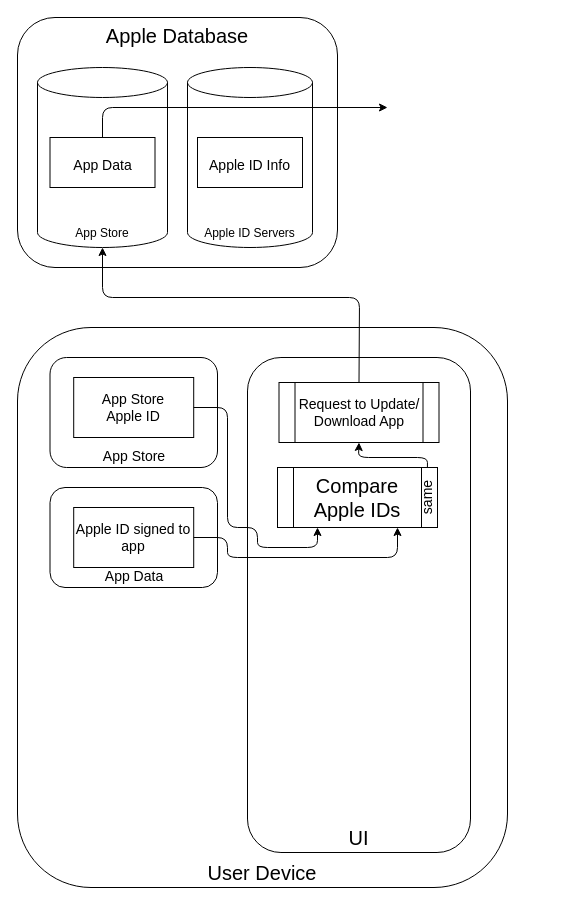
This is charts/IOSAppLicensing.drawio from Marcus5408/draw.io-charts, a draw.io file, before an edit. Source tidied: cells renumbered, new cells numbered last; positions are measured from the earlier drawing's top-left corner, leaving out a move shared by most shapes. Both pictures are drawn from the tidied source at 100%, with x=0, y=0 at pixel (17, 17).
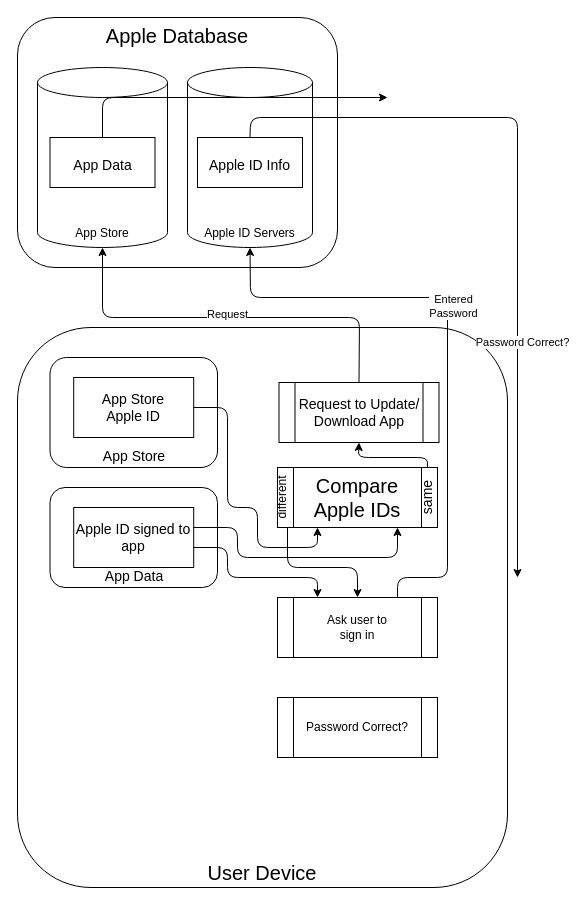
After the change.

The change refers to these unchanged cells:
```xml
<mxCell id="7" value="Apple ID Servers" style="shape=cylinder3;whiteSpace=wrap;html=1;boundedLbl=1;backgroundOutline=1;size=15;labelPosition=center;verticalLabelPosition=middle;align=center;verticalAlign=bottom;" parent="1" vertex="1">
  <mxGeometry x="170" y="50" width="125" height="180" as="geometry" />
</mxCell>
<mxCell id="8" value="App Store" style="shape=cylinder3;whiteSpace=wrap;html=1;boundedLbl=1;backgroundOutline=1;size=15;labelPosition=center;verticalLabelPosition=middle;align=center;verticalAlign=bottom;" parent="1" vertex="1">
  <mxGeometry x="20" y="50" width="130" height="180" as="geometry" />
</mxCell>
<mxCell id="9" value="&lt;font style=&quot;font-size: 14px&quot;&gt;App Data&lt;/font&gt;" style="rounded=0;whiteSpace=wrap;html=1;fontSize=20;" parent="1" vertex="1">
  <mxGeometry x="32.5" y="120" width="105" height="50" as="geometry" />
</mxCell>
<mxCell id="10" value="&lt;font style=&quot;font-size: 14px&quot;&gt;Apple ID Info&lt;/font&gt;" style="rounded=0;whiteSpace=wrap;html=1;fontSize=20;" parent="1" vertex="1">
  <mxGeometry x="180" y="120" width="105" height="50" as="geometry" />
</mxCell>
<mxCell id="11" value="Request to Update/ Download App" style="shape=process;whiteSpace=wrap;html=1;backgroundOutline=1;fontSize=14;" parent="1" vertex="1">
  <mxGeometry x="261.5" y="365" width="160" height="60" as="geometry" />
</mxCell>
<mxCell id="13" value="Compare Apple IDs" style="shape=process;whiteSpace=wrap;html=1;backgroundOutline=1;fontSize=20;" parent="1" vertex="1">
  <mxGeometry x="260" y="450" width="160" height="60" as="geometry" />
</mxCell>
<mxCell id="14" value="Apple ID signed to app" style="rounded=0;whiteSpace=wrap;html=1;fontSize=14;" parent="1" vertex="1">
  <mxGeometry x="56.2" y="490" width="120" height="60" as="geometry" />
</mxCell>
<mxCell id="15" value="App Store&lt;br&gt;Apple ID" style="rounded=0;whiteSpace=wrap;html=1;fontSize=14;" parent="1" vertex="1">
  <mxGeometry x="56.2" y="360" width="120" height="60" as="geometry" />
</mxCell>
```

What changed in the source:
```diff
@@
-    <mxCell id="5" value="UI" style="rounded=1;whiteSpace=wrap;html=1;fontSize=20;verticalAlign=bottom;" parent="1" vertex="1">
-      <mxGeometry x="230" y="340" width="223" height="495" as="geometry" />
-    </mxCell>
@@
     <mxCell id="12" style="endArrow=classic;html=1;fontSize=20;entryX=0.5;entryY=1;entryDx=0;entryDy=0;entryPerimeter=0;exitX=0.5;exitY=0;exitDx=0;exitDy=0;" parent="1" edge="1" source="11" target="8">
       <mxGeometry relative="1" as="geometry">
         <Array as="points">
-          <mxPoint x="342" y="280" />
-          <mxPoint x="85" y="280" />
+          <mxPoint x="342" y="300" />
+          <mxPoint x="85" y="300" />
         </Array>
       </mxGeometry>
     </mxCell>
+    <mxCell id="21" value="Request" style="edgeLabel;html=1;align=center;verticalAlign=middle;labelPosition=center;verticalLabelPosition=middle;" parent="12" vertex="1">
+      <mxGeometry x="0.01" y="-4" relative="1" as="geometry" />
+    </mxCell>
@@
     <mxCell id="16" style="endArrow=classic;html=1;fontSize=14;exitX=1;exitY=0.5;exitDx=0;exitDy=0;entryX=0.25;entryY=1;entryDx=0;entryDy=0;" parent="1" edge="1" source="15" target="13">
       <mxGeometry relative="1" as="geometry">
         <Array as="points">
           <mxPoint x="210" y="390" />
-          <mxPoint x="210" y="510" />
-          <mxPoint x="240" y="510" />
+          <mxPoint x="210" y="490" />
+          <mxPoint x="240" y="490" />
           <mxPoint x="240" y="530" />
           <mxPoint x="300" y="530" />
         </Array>
       </mxGeometry>
     </mxCell>
-    <mxCell id="17" style="endArrow=classic;html=1;fontSize=14;exitX=1;exitY=0.5;exitDx=0;exitDy=0;entryX=0.75;entryY=1;entryDx=0;entryDy=0;" parent="1" edge="1" source="14" target="13">
+    <mxCell id="17" style="endArrow=classic;html=1;fontSize=14;entryX=0.75;entryY=1;entryDx=0;entryDy=0;jumpSize=3;exitX=0.998;exitY=0.333;exitDx=0;exitDy=0;exitPerimeter=0;" parent="1" edge="1" source="14" target="13">
       <mxGeometry relative="1" as="geometry">
         <Array as="points">
-          <mxPoint x="210" y="520" />
-          <mxPoint x="210" y="540" />
+          <mxPoint x="220" y="510" />
+          <mxPoint x="220" y="540" />
           <mxPoint x="380" y="540" />
         </Array>
       </mxGeometry>
     </mxCell>
@@
     <mxCell id="20" style="endArrow=classic;html=1;exitX=0.5;exitY=0;exitDx=0;exitDy=0;" parent="1" edge="1" source="9">
       <mxGeometry relative="1" as="geometry">
-        <mxPoint x="370" y="90" as="targetPoint" />
+        <mxPoint x="370" y="80" as="targetPoint" />
         <Array as="points">
-          <mxPoint x="85" y="90" />
+          <mxPoint x="85" y="80" />
         </Array>
       </mxGeometry>
     </mxCell>
+    <mxCell id="22" value="different" style="text;html=1;strokeColor=none;fillColor=none;align=center;verticalAlign=middle;whiteSpace=wrap;rounded=0;direction=east;rotation=270;" parent="1" vertex="1">
+      <mxGeometry x="245" y="470" width="40" height="20" as="geometry" />
+    </mxCell>
+    <mxCell id="23" value="Ask user to&lt;br&gt;sign in" style="shape=process;whiteSpace=wrap;html=1;backgroundOutline=1;" parent="1" vertex="1">
+      <mxGeometry x="260" y="580" width="160" height="60" as="geometry" />
+    </mxCell>
+    <mxCell id="24" style="endArrow=classic;html=1;entryX=0.5;entryY=0;entryDx=0;entryDy=0;" parent="1" edge="1" target="23">
+      <mxGeometry relative="1" as="geometry">
+        <mxPoint x="270" y="510" as="sourcePoint" />
+        <Array as="points">
+          <mxPoint x="270" y="550" />
+          <mxPoint x="340" y="550" />
+        </Array>
+      </mxGeometry>
+    </mxCell>
+    <mxCell id="25" style="endArrow=classic;html=1;entryX=0.25;entryY=0;entryDx=0;entryDy=0;exitX=1;exitY=0.667;exitDx=0;exitDy=0;exitPerimeter=0;" parent="1" edge="1" source="14" target="23">
+      <mxGeometry relative="1" as="geometry">
+        <Array as="points">
+          <mxPoint x="210" y="530" />
+          <mxPoint x="210" y="560" />
+          <mxPoint x="300" y="560" />
+        </Array>
+      </mxGeometry>
+    </mxCell>
+    <mxCell id="26" style="endArrow=classic;html=1;exitX=0.75;exitY=0;exitDx=0;exitDy=0;entryX=0.5;entryY=1;entryDx=0;entryDy=0;entryPerimeter=0;" parent="1" edge="1" source="23" target="7">
+      <mxGeometry relative="1" as="geometry">
+        <Array as="points">
+          <mxPoint x="380" y="560" />
+          <mxPoint x="430" y="560" />
+          <mxPoint x="430" y="280" />
+          <mxPoint x="233" y="280" />
+        </Array>
+      </mxGeometry>
+    </mxCell>
+    <mxCell id="27" value="Entered&lt;br&gt;Password" style="edgeLabel;html=1;align=center;verticalAlign=middle;" parent="26" vertex="1">
+      <mxGeometry x="0.15" y="-5" relative="1" as="geometry">
+        <mxPoint y="1" as="offset" />
+      </mxGeometry>
+    </mxCell>
+    <mxCell id="28" style="endArrow=classic;html=1;exitX=0.5;exitY=0;exitDx=0;exitDy=0;" parent="1" edge="1" source="10">
+      <mxGeometry relative="1" as="geometry">
+        <mxPoint x="500" y="560" as="targetPoint" />
+        <Array as="points">
+          <mxPoint x="233" y="100" />
+          <mxPoint x="500" y="100" />
+        </Array>
+      </mxGeometry>
+    </mxCell>
+    <mxCell id="29" value="Password Correct?" style="edgeLabel;html=1;align=center;verticalAlign=middle;" parent="28" vertex="1">
+      <mxGeometry x="0.37" y="4" relative="1" as="geometry" />
+    </mxCell>
+    <mxCell id="30" value="Password Correct?" style="shape=process;whiteSpace=wrap;html=1;backgroundOutline=1;" parent="1" vertex="1">
+      <mxGeometry x="260" y="680" width="160" height="60" as="geometry" />
+    </mxCell>
```
